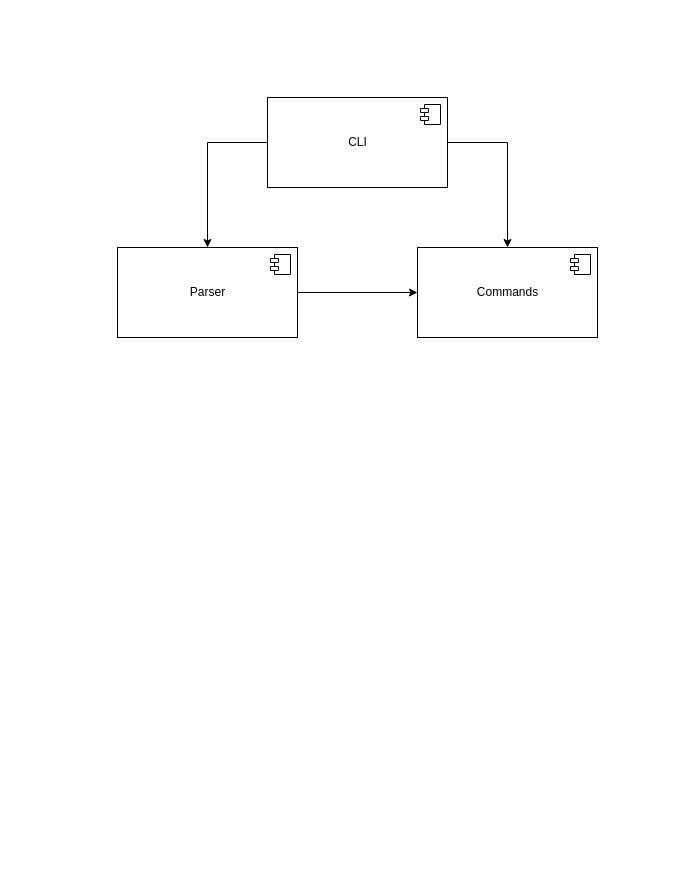
Earlier version of the draw.io diagram page "Components" (1 of 6) of CLI/CLI_diagrams.drawio (victoriafomina/Software-Design). Source tidied: cells renumbered, new cells numbered last; positions are measured from the earlier drawing's top-left corner, leaving out a move shared by most shapes. Both pictures are drawn from the tidied source at 100%, with x=0, y=0 at pixel (117, 97).
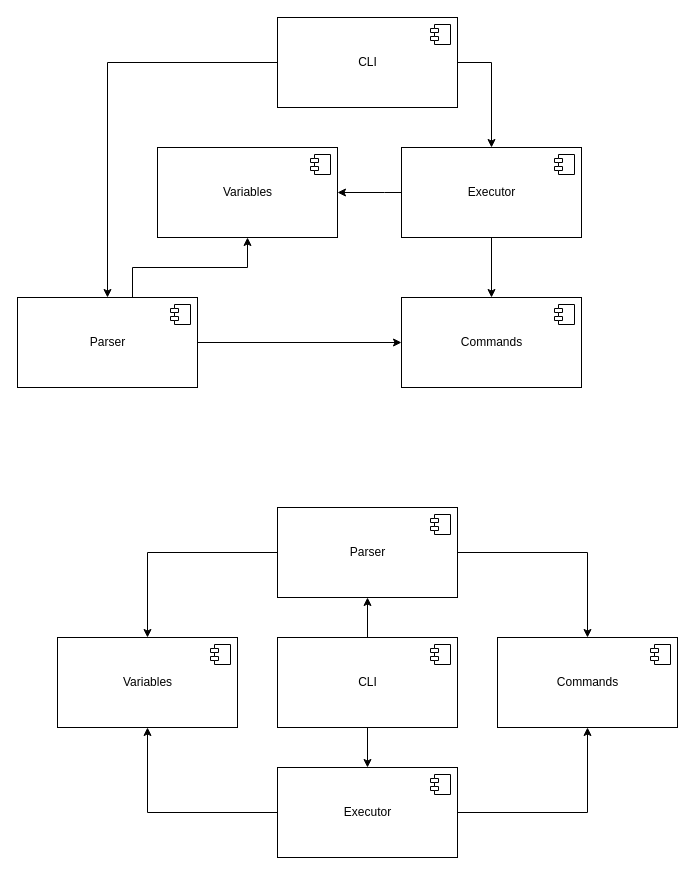
After the change.

Change to the diagram source:
```diff
@@
-    <mxCell id="3" style="edgeStyle=orthogonalEdgeStyle;rounded=0;jettySize=auto;html=1;exitX=1;exitY=0.5;exitDx=0;exitDy=0;entryX=0.5;entryY=0;entryDx=0;entryDy=0;" parent="1" edge="1" source="4" target="9">
-      <mxGeometry relative="1" as="geometry" />
-    </mxCell>
     <mxCell id="4" value="CLI" style="html=1;" parent="1" vertex="1">
-      <mxGeometry x="150" width="180" height="90" as="geometry" />
+      <mxGeometry x="160" y="-80" width="180" height="90" as="geometry" />
     </mxCell>
@@
     <mxCell id="7" value="Parser" style="html=1;" parent="1" vertex="1">
-      <mxGeometry y="150" width="180" height="90" as="geometry" />
+      <mxGeometry x="-100" y="200" width="180" height="90" as="geometry" />
     </mxCell>
@@
     <mxCell id="9" value="Commands" style="html=1;" parent="1" vertex="1">
-      <mxGeometry x="300" y="150" width="180" height="90" as="geometry" />
+      <mxGeometry x="284" y="200" width="180" height="90" as="geometry" />
     </mxCell>
@@
+    <mxCell id="11" value="Executor" style="html=1;" parent="1" vertex="1">
+      <mxGeometry x="284" y="50" width="180" height="90" as="geometry" />
+    </mxCell>
+    <mxCell id="12" style="shape=module;jettyWidth=8;jettyHeight=4;" parent="11" vertex="1">
+      <mxGeometry x="1" width="20" height="20" relative="1" as="geometry">
+        <mxPoint x="-27" y="7" as="offset" />
+      </mxGeometry>
+    </mxCell>
+    <mxCell id="13" value="Variables" style="html=1;" parent="1" vertex="1">
+      <mxGeometry x="40" y="50" width="180" height="90" as="geometry" />
+    </mxCell>
+    <mxCell id="14" style="shape=module;jettyWidth=8;jettyHeight=4;" parent="13" vertex="1">
+      <mxGeometry x="1" width="20" height="20" relative="1" as="geometry">
+        <mxPoint x="-27" y="7" as="offset" />
+      </mxGeometry>
+    </mxCell>
+    <mxCell id="15" style="edgeStyle=orthogonalEdgeStyle;rounded=0;jettySize=auto;html=1;exitX=1;exitY=0.5;exitDx=0;exitDy=0;entryX=0.5;entryY=0;entryDx=0;entryDy=0;" parent="1" edge="1" source="4" target="11">
+      <mxGeometry relative="1" as="geometry">
+        <Array as="points">
+          <mxPoint x="374" y="-35" />
+        </Array>
+      </mxGeometry>
+    </mxCell>
+    <mxCell id="16" style="edgeStyle=orthogonalEdgeStyle;rounded=0;jettySize=auto;html=1;exitX=0.75;exitY=0;exitDx=0;exitDy=0;entryX=0.5;entryY=1;entryDx=0;entryDy=0;" parent="1" edge="1" source="7" target="13">
+      <mxGeometry relative="1" as="geometry">
+        <Array as="points">
+          <mxPoint x="15" y="170" />
+          <mxPoint x="130" y="170" />
+        </Array>
+      </mxGeometry>
+    </mxCell>
+    <mxCell id="17" style="edgeStyle=orthogonalEdgeStyle;rounded=0;jettySize=auto;html=1;exitX=0.5;exitY=1;exitDx=0;exitDy=0;entryX=0.5;entryY=0;entryDx=0;entryDy=0;" parent="1" edge="1" source="11" target="9">
+      <mxGeometry relative="1" as="geometry" />
+    </mxCell>
+    <mxCell id="18" style="edgeStyle=orthogonalEdgeStyle;rounded=0;jettySize=auto;html=1;exitX=0;exitY=0.5;exitDx=0;exitDy=0;entryX=1;entryY=0.5;entryDx=0;entryDy=0;" parent="1" edge="1" source="11" target="13">
+      <mxGeometry relative="1" as="geometry">
+        <Array as="points">
+          <mxPoint x="267" y="95" />
+          <mxPoint x="267" y="95" />
+        </Array>
+      </mxGeometry>
+    </mxCell>
+    <mxCell id="19" style="edgeStyle=orthogonalEdgeStyle;rounded=0;jettySize=auto;html=1;exitX=0.5;exitY=0;exitDx=0;exitDy=0;entryX=0.5;entryY=1;entryDx=0;entryDy=0;" parent="1" edge="1" source="21" target="25">
+      <mxGeometry relative="1" as="geometry" />
+    </mxCell>
+    <mxCell id="20" style="edgeStyle=orthogonalEdgeStyle;rounded=0;jettySize=auto;html=1;exitX=0.5;exitY=1;exitDx=0;exitDy=0;entryX=0.5;entryY=0;entryDx=0;entryDy=0;" parent="1" edge="1" source="21" target="31">
+      <mxGeometry relative="1" as="geometry" />
+    </mxCell>
+    <mxCell id="21" value="CLI" style="html=1;" parent="1" vertex="1">
+      <mxGeometry x="160" y="540" width="180" height="90" as="geometry" />
+    </mxCell>
+    <mxCell id="22" style="shape=module;jettyWidth=8;jettyHeight=4;" parent="21" vertex="1">
+      <mxGeometry x="1" width="20" height="20" relative="1" as="geometry">
+        <mxPoint x="-27" y="7" as="offset" />
+      </mxGeometry>
+    </mxCell>
+    <mxCell id="23" style="edgeStyle=orthogonalEdgeStyle;rounded=0;jettySize=auto;html=1;exitX=0;exitY=0.5;exitDx=0;exitDy=0;entryX=0.5;entryY=0;entryDx=0;entryDy=0;" parent="1" edge="1" source="25" target="33">
+      <mxGeometry relative="1" as="geometry" />
+    </mxCell>
+    <mxCell id="24" style="edgeStyle=orthogonalEdgeStyle;rounded=0;jettySize=auto;html=1;exitX=1;exitY=0.5;exitDx=0;exitDy=0;entryX=0.5;entryY=0;entryDx=0;entryDy=0;" parent="1" edge="1" source="25" target="27">
+      <mxGeometry relative="1" as="geometry" />
+    </mxCell>
+    <mxCell id="25" value="Parser" style="html=1;" parent="1" vertex="1">
+      <mxGeometry x="160" y="410" width="180" height="90" as="geometry" />
+    </mxCell>
+    <mxCell id="26" style="shape=module;jettyWidth=8;jettyHeight=4;" parent="25" vertex="1">
+      <mxGeometry x="1" width="20" height="20" relative="1" as="geometry">
+        <mxPoint x="-27" y="7" as="offset" />
+      </mxGeometry>
+    </mxCell>
+    <mxCell id="27" value="Commands" style="html=1;" parent="1" vertex="1">
+      <mxGeometry x="380" y="540" width="180" height="90" as="geometry" />
+    </mxCell>
+    <mxCell id="28" style="shape=module;jettyWidth=8;jettyHeight=4;" parent="27" vertex="1">
+      <mxGeometry x="1" width="20" height="20" relative="1" as="geometry">
+        <mxPoint x="-27" y="7" as="offset" />
+      </mxGeometry>
+    </mxCell>
+    <mxCell id="29" style="edgeStyle=orthogonalEdgeStyle;rounded=0;jettySize=auto;html=1;exitX=0;exitY=0.5;exitDx=0;exitDy=0;entryX=0.5;entryY=1;entryDx=0;entryDy=0;" parent="1" edge="1" source="31" target="33">
+      <mxGeometry relative="1" as="geometry" />
+    </mxCell>
+    <mxCell id="30" style="edgeStyle=orthogonalEdgeStyle;rounded=0;jettySize=auto;html=1;exitX=1;exitY=0.5;exitDx=0;exitDy=0;entryX=0.5;entryY=1;entryDx=0;entryDy=0;" parent="1" edge="1" source="31" target="27">
+      <mxGeometry relative="1" as="geometry" />
+    </mxCell>
+    <mxCell id="31" value="Executor" style="html=1;" parent="1" vertex="1">
+      <mxGeometry x="160" y="670" width="180" height="90" as="geometry" />
+    </mxCell>
+    <mxCell id="32" style="shape=module;jettyWidth=8;jettyHeight=4;" parent="31" vertex="1">
+      <mxGeometry x="1" width="20" height="20" relative="1" as="geometry">
+        <mxPoint x="-27" y="7" as="offset" />
+      </mxGeometry>
+    </mxCell>
+    <mxCell id="33" value="Variables" style="html=1;" parent="1" vertex="1">
+      <mxGeometry x="-60" y="540" width="180" height="90" as="geometry" />
+    </mxCell>
+    <mxCell id="34" style="shape=module;jettyWidth=8;jettyHeight=4;" parent="33" vertex="1">
+      <mxGeometry x="1" width="20" height="20" relative="1" as="geometry">
+        <mxPoint x="-27" y="7" as="offset" />
+      </mxGeometry>
+    </mxCell>
```
